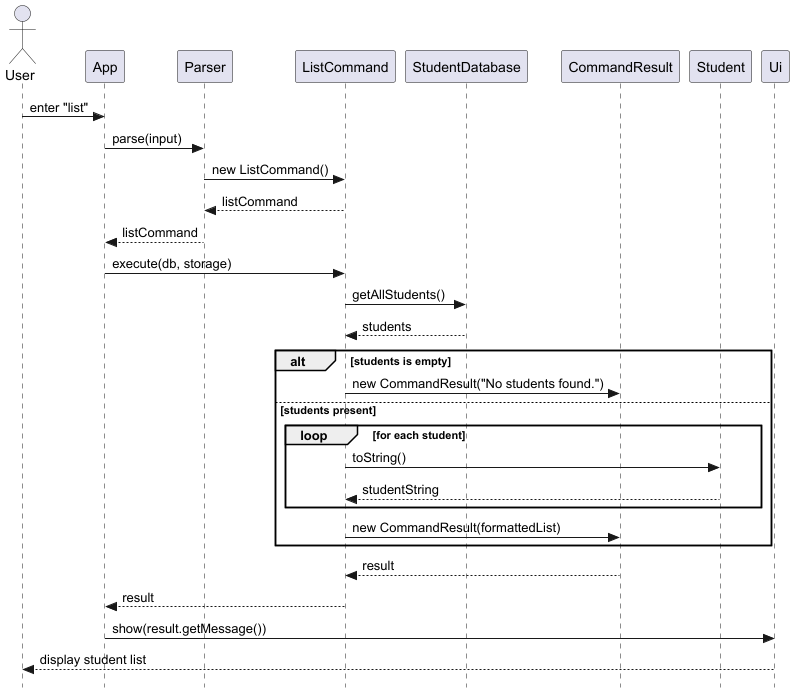
Before: docs/images/ListCommandSequence.png, a diagram exported from PlantUML (AgaraNUS/tp).
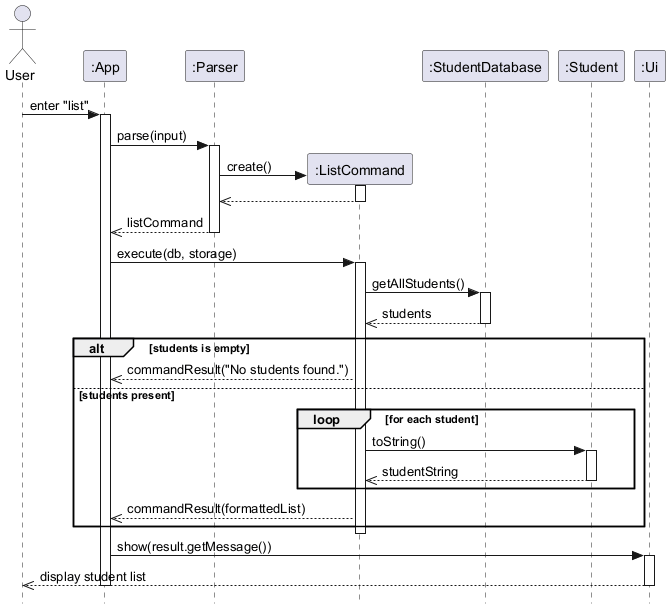
Above is the later version.

The edit, as a diff of the source:
```diff
@@ -2,27 +2,46 @@
 skinparam style strictuml
 actor User
 
+participant ":App" as App
+participant ":Parser" as Parser
+participant ":ListCommand" as ListCommand
+participant ":StudentDatabase" as StudentDatabase
+participant ":Student" as Student
+participant ":Ui" as Ui
+
 User -> App : enter "list"
+activate App
 App -> Parser : parse(input)
-Parser -> ListCommand : new ListCommand()
-ListCommand --> Parser : listCommand
-Parser --> App : listCommand
+activate Parser
+Parser -> ListCommand ** : create()
+activate ListCommand
+ListCommand -->> Parser
+deactivate ListCommand
+Parser -->> App : listCommand
+deactivate Parser
 App -> ListCommand : execute(db, storage)
+activate ListCommand
 ListCommand -> StudentDatabase : getAllStudents()
-StudentDatabase --> ListCommand : students
+activate StudentDatabase
+StudentDatabase -->> ListCommand : students
+deactivate StudentDatabase
 
 alt students is empty
-    ListCommand -> CommandResult : new CommandResult("No students found.")
+    ListCommand -->> App : commandResult("No students found.")
 else students present
     loop for each student
         ListCommand -> Student : toString()
-        Student --> ListCommand : studentString
+        activate Student
+        Student -->> ListCommand : studentString
+        deactivate Student
     end
-    ListCommand -> CommandResult : new CommandResult(formattedList)
+    ListCommand -->> App : commandResult(formattedList)
 end
+deactivate ListCommand
 
-CommandResult --> ListCommand : result
-ListCommand --> App : result
 App -> Ui : show(result.getMessage())
-Ui --> User : display student list
+activate Ui
+Ui -->> User : display student list
+deactivate Ui
+deactivate App
 @enduml
```
